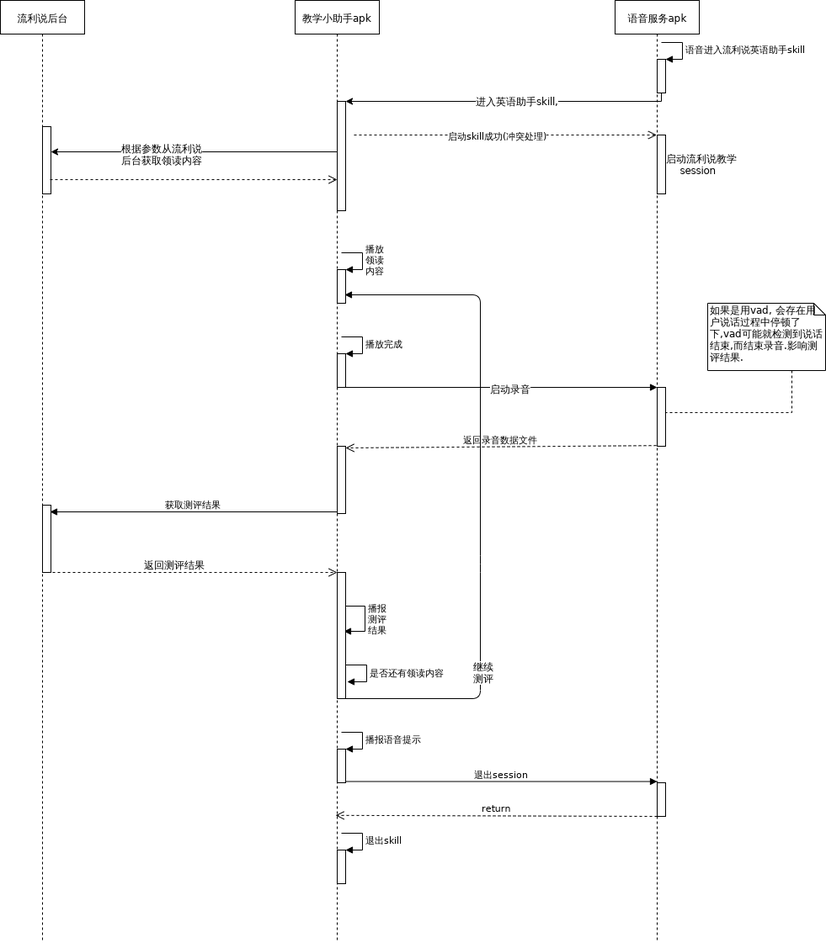
marklogg/images keeps this draw.io diagram as 语音交互下-流利说英语测评流程.png. Above is the earlier version. Source tidied: cells renumbered, new cells last; positions are measured from the earlier drawing's top-left corner, leaving out a move shared by most shapes.
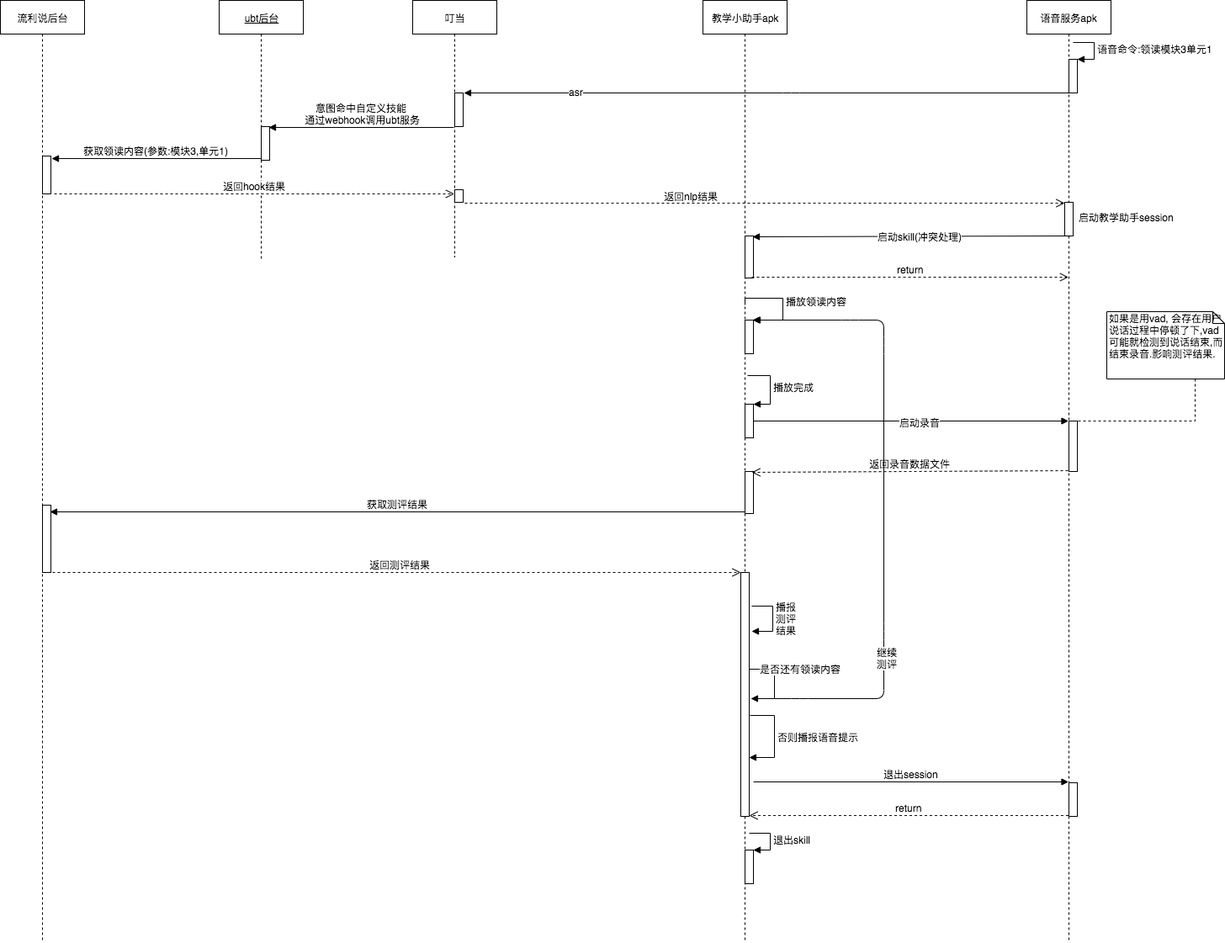
After the commit.

Diff of the diagram source:
```diff
@@ -3,35 +3,36 @@
     <mxCell id="0" />
     <mxCell id="1" parent="0" />
     <mxCell id="2" value="教学小助手apk" style="html=1;points=[];perimeter=orthogonalPerimeter;shape=umlLifeline;participant=label;fontFamily=Helvetica;fontSize=12;fontColor=#000000;align=center;strokeColor=#000000;fillColor=#ffffff;" parent="1" vertex="1">
-      <mxGeometry x="350" width="100" height="1120" as="geometry" />
+      <mxGeometry x="355" y="-80" width="100" height="1120" as="geometry" />
     </mxCell>
     <mxCell id="3" style="html=1;points=[];perimeter=orthogonalPerimeter;" parent="2" vertex="1">
-      <mxGeometry x="50" y="120" width="10" height="130" as="geometry" />
+      <mxGeometry x="50" y="280" width="10" height="50" as="geometry" />
     </mxCell>
     <mxCell id="4" style="html=1;points=[];perimeter=orthogonalPerimeter;" parent="2" vertex="1">
-      <mxGeometry x="50" y="320" width="10" height="40" as="geometry" />
+      <mxGeometry x="50" y="380" width="10" height="40" as="geometry" />
     </mxCell>
-    <mxCell id="5" value="播放&lt;br&gt;领读&lt;br&gt;内容" style="edgeStyle=orthogonalEdgeStyle;html=1;align=left;spacingLeft=2;endArrow=block;rounded=0;entryX=1;entryY=0;" parent="2" edge="1" target="4">
+    <mxCell id="5" value="播放领读内容" style="edgeStyle=orthogonalEdgeStyle;html=1;align=left;spacingLeft=2;endArrow=block;rounded=0;entryX=1;entryY=0;exitX=0.5;exitY=0.323;exitDx=0;exitDy=0;exitPerimeter=0;" parent="2" edge="1" source="2" target="4">
       <mxGeometry relative="1" as="geometry">
-        <mxPoint x="55" y="300" as="sourcePoint" />
         <Array as="points">
-          <mxPoint x="80" y="300" />
+          <mxPoint x="50" y="354" />
+          <mxPoint x="95" y="354" />
+          <mxPoint x="95" y="380" />
         </Array>
       </mxGeometry>
     </mxCell>
     <mxCell id="6" style="html=1;points=[];perimeter=orthogonalPerimeter;" parent="2" vertex="1">
-      <mxGeometry x="50" y="420" width="10" height="40" as="geometry" />
+      <mxGeometry x="50" y="480" width="10" height="40" as="geometry" />
     </mxCell>
-    <mxCell id="7" value="播放完成" style="edgeStyle=orthogonalEdgeStyle;html=1;align=left;spacingLeft=2;endArrow=block;rounded=0;entryX=1;entryY=0;" parent="2" edge="1" target="6">
+    <mxCell id="7" value="播放完成" style="edgeStyle=orthogonalEdgeStyle;html=1;align=left;spacingLeft=2;endArrow=block;rounded=0;entryX=1;entryY=0;exitX=0.53;exitY=0.398;exitDx=0;exitDy=0;exitPerimeter=0;" parent="2" edge="1" source="2" target="6">
       <mxGeometry relative="1" as="geometry">
-        <mxPoint x="55" y="400" as="sourcePoint" />
         <Array as="points">
-          <mxPoint x="80" y="400" />
+          <mxPoint x="80" y="446" />
+          <mxPoint x="80" y="480" />
         </Array>
       </mxGeometry>
     </mxCell>
     <mxCell id="8" style="html=1;points=[];perimeter=orthogonalPerimeter;" parent="2" vertex="1">
-      <mxGeometry x="50" y="530" width="10" height="80" as="geometry" />
+      <mxGeometry x="50" y="560" width="10" height="50" as="geometry" />
     </mxCell>
     <mxCell id="9" value="播报&lt;br&gt;测评&lt;br&gt;结果" style="edgeStyle=orthogonalEdgeStyle;html=1;align=left;spacingLeft=2;endArrow=block;rounded=0;entryX=1;entryY=0;" parent="2" edge="1">
       <mxGeometry relative="1" as="geometry">
@@ -42,14 +43,12 @@
         </Array>
       </mxGeometry>
     </mxCell>
-    <mxCell id="10" style="html=1;points=[];perimeter=orthogonalPerimeter;" parent="2" vertex="1">
-      <mxGeometry x="50" y="890" width="10" height="40" as="geometry" />
-    </mxCell>
-    <mxCell id="11" value="播报语音提示" style="edgeStyle=orthogonalEdgeStyle;html=1;align=left;spacingLeft=2;endArrow=block;rounded=0;entryX=1;entryY=0;" parent="2" edge="1" target="10">
+    <mxCell id="11" value="否则播报语音提示" style="edgeStyle=orthogonalEdgeStyle;html=1;align=left;spacingLeft=2;endArrow=block;rounded=0;" parent="2" edge="1" target="35">
       <mxGeometry relative="1" as="geometry">
-        <mxPoint x="55" y="870" as="sourcePoint" />
+        <mxPoint x="56" y="850" as="sourcePoint" />
         <Array as="points">
-          <mxPoint x="80" y="870" />
+          <mxPoint x="85" y="850" />
+          <mxPoint x="85" y="900" />
         </Array>
       </mxGeometry>
     </mxCell>
@@ -65,12 +64,12 @@
       </mxGeometry>
     </mxCell>
     <mxCell id="14" value="语音服务apk" style="shape=umlLifeline;perimeter=lifelinePerimeter;whiteSpace=wrap;html=1;outlineConnect=0;" parent="1" vertex="1">
-      <mxGeometry x="730" width="100" height="1120" as="geometry" />
+      <mxGeometry x="740" y="-80" width="100" height="1120" as="geometry" />
     </mxCell>
     <mxCell id="15" style="html=1;points=[];perimeter=orthogonalPerimeter;" parent="14" vertex="1">
       <mxGeometry x="50" y="70" width="10" height="40" as="geometry" />
     </mxCell>
-    <mxCell id="16" value="语音进入流利说英语助手skill" style="edgeStyle=orthogonalEdgeStyle;html=1;align=left;spacingLeft=2;endArrow=block;rounded=0;entryX=1;entryY=0;" parent="14" edge="1" target="15">
+    <mxCell id="16" value="语音命令:领读模块3单元1" style="edgeStyle=orthogonalEdgeStyle;html=1;align=left;spacingLeft=2;endArrow=block;rounded=0;entryX=1;entryY=0;" parent="14" edge="1" target="15">
       <mxGeometry relative="1" as="geometry">
         <mxPoint x="55" y="50" as="sourcePoint" />
         <Array as="points">
@@ -78,72 +77,29 @@
         </Array>
       </mxGeometry>
     </mxCell>
-    <mxCell id="17" value="&amp;nbsp; &amp;nbsp; &amp;nbsp; &amp;nbsp; &amp;nbsp; &amp;nbsp; &amp;nbsp; &amp;nbsp; &amp;nbsp; &amp;nbsp; &amp;nbsp; &amp;nbsp; 启动流利说教学&lt;br&gt;&amp;nbsp; &amp;nbsp; &amp;nbsp; &amp;nbsp; &amp;nbsp; &amp;nbsp; &amp;nbsp; &amp;nbsp; &amp;nbsp; &amp;nbsp; &amp;nbsp; session" style="html=1;perimeter=orthogonalPerimeter;" parent="14" vertex="1">
-      <mxGeometry x="50" y="160" width="10" height="70" as="geometry" />
-    </mxCell>
     <mxCell id="18" style="html=1;points=[];perimeter=orthogonalPerimeter;" parent="14" vertex="1">
-      <mxGeometry x="50" y="460" width="10" height="70" as="geometry" />
+      <mxGeometry x="50" y="500" width="10" height="60" as="geometry" />
     </mxCell>
     <mxCell id="19" style="html=1;perimeter=orthogonalPerimeter;" parent="14" vertex="1">
       <mxGeometry x="50" y="930" width="10" height="40" as="geometry" />
     </mxCell>
     <mxCell id="20" value="流利说后台" style="shape=umlLifeline;perimeter=lifelinePerimeter;whiteSpace=wrap;html=1;" parent="1" vertex="1">
-      <mxGeometry width="100" height="1120" as="geometry" />
+      <mxGeometry x="-480" y="-80" width="100" height="1120" as="geometry" />
     </mxCell>
-    <mxCell id="21" style="html=1;points=[];perimeter=orthogonalPerimeter;" parent="20" vertex="1">
-      <mxGeometry x="50" y="150" width="10" height="80" as="geometry" />
-    </mxCell>
     <mxCell id="22" style="html=1;points=[];perimeter=orthogonalPerimeter;" parent="20" vertex="1">
       <mxGeometry x="50" y="600" width="10" height="80" as="geometry" />
     </mxCell>
-    <mxCell id="23" style="edgeStyle=orthogonalEdgeStyle;rounded=0;jettySize=auto;html=1;" parent="1" edge="1" source="15">
-      <mxGeometry relative="1" as="geometry">
-        <mxPoint x="410" y="120" as="targetPoint" />
-        <Array as="points">
-          <mxPoint x="785" y="120" />
-        </Array>
-      </mxGeometry>
-    </mxCell>
-    <mxCell id="24" value="进入英语助手skill," style="text;html=1;align=center;verticalAlign=middle;labelBackgroundColor=#ffffff;" parent="23" vertex="1">
-      <mxGeometry x="0.52" y="-111" relative="1" as="geometry">
-        <mxPoint x="111" y="110" as="offset" />
-      </mxGeometry>
-    </mxCell>
-    <mxCell id="25" value="启动skill成功(冲突处理)" style="html=1;verticalAlign=bottom;endArrow=open;dashed=1;endSize=8;" parent="1" edge="1" target="14">
-      <mxGeometry x="0.17" y="-41" relative="1" as="geometry">
-        <mxPoint x="420" y="160" as="sourcePoint" />
-        <Array as="points">
-          <mxPoint x="630" y="160" />
-        </Array>
-        <mxPoint x="-40" y="-31" as="offset" />
-      </mxGeometry>
-    </mxCell>
-    <mxCell id="26" style="edgeStyle=orthogonalEdgeStyle;rounded=0;jettySize=auto;html=1;entryX=1;entryY=0.375;entryDx=0;entryDy=0;entryPerimeter=0;" parent="1" edge="1" source="3" target="21">
-      <mxGeometry relative="1" as="geometry">
-        <Array as="points">
-          <mxPoint x="240" y="180" />
-          <mxPoint x="240" y="180" />
-        </Array>
-      </mxGeometry>
-    </mxCell>
-    <mxCell id="27" value="根据参数从流利说&lt;br&gt;后台获取领读内容" style="text;html=1;align=center;verticalAlign=middle;labelBackgroundColor=#ffffff;" parent="26" vertex="1">
-      <mxGeometry x="0.23" y="2" relative="1" as="geometry" />
-    </mxCell>
-    <mxCell id="28" style="html=1;verticalAlign=bottom;endArrow=open;dashed=1;endSize=8;exitX=0.9;exitY=0.788;exitDx=0;exitDy=0;exitPerimeter=0;" parent="1" edge="1" source="21" target="3">
-      <mxGeometry x="0.29" relative="1" as="geometry" />
-    </mxCell>
+    <mxCell id="43" style="html=1;points=[];perimeter=orthogonalPerimeter;" parent="20" vertex="1">
+      <mxGeometry x="50" y="185" width="10" height="45" as="geometry" />
+    </mxCell>
-    <mxCell id="29" style="html=1;verticalAlign=bottom;endArrow=block;" parent="1" edge="1" source="6">
-      <mxGeometry relative="1" as="geometry">
-        <mxPoint x="780" y="460" as="targetPoint" />
-      </mxGeometry>
+    <mxCell id="29" style="html=1;verticalAlign=bottom;endArrow=block;" parent="1" edge="1" source="6" target="14">
+      <mxGeometry relative="1" as="geometry" />
     </mxCell>
     <mxCell id="30" value="启动录音" style="text;html=1;align=center;verticalAlign=middle;labelBackgroundColor=#ffffff;" parent="29" vertex="1">
       <mxGeometry x="0.05" y="-1" relative="1" as="geometry" />
     </mxCell>
-    <mxCell id="31" value="返回录音数据文件" style="html=1;verticalAlign=bottom;endArrow=open;dashed=1;endSize=8;exitX=-0.1;exitY=0.988;exitDx=0;exitDy=0;exitPerimeter=0;" parent="1" edge="1" source="18">
-      <mxGeometry relative="1" as="geometry">
-        <mxPoint x="410" y="532" as="targetPoint" />
-      </mxGeometry>
+    <mxCell id="31" value="返回录音数据文件" style="html=1;verticalAlign=bottom;endArrow=open;dashed=1;endSize=8;exitX=-0.1;exitY=0.988;exitDx=0;exitDy=0;exitPerimeter=0;entryX=0.8;entryY=0.011;entryDx=0;entryDy=0;entryPerimeter=0;" parent="1" edge="1" source="18" target="8">
+      <mxGeometry relative="1" as="geometry" />
     </mxCell>
     <mxCell id="32" value="获取测评结果" style="html=1;verticalAlign=bottom;endArrow=block;entryX=0.9;entryY=0.1;entryDx=0;entryDy=0;entryPerimeter=0;" parent="1" edge="1" source="8" target="22">
       <mxGeometry relative="1" as="geometry" />
@@ -157,34 +113,41 @@
       </mxGeometry>
     </mxCell>
     <mxCell id="35" style="html=1;points=[];perimeter=orthogonalPerimeter;" parent="1" vertex="1">
-      <mxGeometry x="400" y="680" width="10" height="150" as="geometry" />
+      <mxGeometry x="400" y="600" width="10" height="290" as="geometry" />
     </mxCell>
-    <mxCell id="36" value="是否还有领读内容" style="edgeStyle=orthogonalEdgeStyle;html=1;align=left;spacingLeft=2;endArrow=block;rounded=0;entryX=1.2;entryY=0.867;entryDx=0;entryDy=0;entryPerimeter=0;" parent="1" edge="1" target="35">
+    <mxCell id="36" value="是否还有领读内容" style="edgeStyle=orthogonalEdgeStyle;html=1;align=left;spacingLeft=2;endArrow=block;rounded=0;" parent="1" edge="1">
       <mxGeometry relative="1" as="geometry">
         <mxPoint x="410" y="790" as="sourcePoint" />
+        <mxPoint x="412" y="750" as="targetPoint" />
         <Array as="points">
-          <mxPoint x="435" y="790" />
-          <mxPoint x="435" y="810" />
+          <mxPoint x="410" y="715" />
+          <mxPoint x="440" y="715" />
+          <mxPoint x="440" y="750" />
         </Array>
       </mxGeometry>
     </mxCell>
     <mxCell id="37" style="edgeStyle=orthogonalEdgeStyle;rounded=0;jettySize=auto;html=1;dashed=1;endArrow=none;endFill=0;" parent="1" edge="1" source="38">
       <mxGeometry relative="1" as="geometry">
-        <mxPoint x="790" y="490" as="targetPoint" />
+        <mxPoint x="800" y="420" as="targetPoint" />
         <Array as="points">
-          <mxPoint x="940" y="490" />
+          <mxPoint x="940" y="420" />
         </Array>
       </mxGeometry>
     </mxCell>
     <mxCell id="38" value="如果是用vad, 会存在用户说话过程中停顿了下,vad可能就检测到说话结束,而结束录音.影响测评结果." style="shape=note;whiteSpace=wrap;html=1;size=14;verticalAlign=top;align=left;spacingTop=-6;" parent="1" vertex="1">
-      <mxGeometry x="840" y="360" width="140" height="80" as="geometry" />
+      <mxGeometry x="835" y="290" width="140" height="80" as="geometry" />
     </mxCell>
-    <mxCell id="39" style="html=1;verticalAlign=bottom;endArrow=block;entryX=0.9;entryY=0.75;entryDx=0;entryDy=0;entryPerimeter=0;" parent="1" edge="1" source="35" target="4">
+    <mxCell id="39" style="html=1;verticalAlign=bottom;endArrow=block;" parent="1" edge="1">
       <mxGeometry relative="1" as="geometry">
+        <mxPoint x="440" y="750" as="sourcePoint" />
+        <mxPoint x="414" y="300" as="targetPoint" />
         <Array as="points">
-          <mxPoint x="570" y="830" />
+          <mxPoint x="470" y="750" />
+          <mxPoint x="570" y="750" />
           <mxPoint x="570" y="670" />
-          <mxPoint x="570" y="350" />
+          <mxPoint x="570" y="330" />
+          <mxPoint x="570" y="300" />
+          <mxPoint x="530" y="300" />
         </Array>
       </mxGeometry>
     </mxCell>
@@ -193,15 +156,78 @@
         <mxPoint x="35" y="-32" as="offset" />
       </mxGeometry>
     </mxCell>
-    <mxCell id="41" value="退出session" style="html=1;verticalAlign=bottom;endArrow=block;entryX=0;entryY=0.088;entryDx=0;entryDy=0;entryPerimeter=0;exitX=1;exitY=0.963;exitDx=0;exitDy=0;exitPerimeter=0;" parent="1" edge="1" source="10">
+    <mxCell id="41" value="退出session" style="html=1;verticalAlign=bottom;endArrow=block;exitX=1;exitY=0.963;exitDx=0;exitDy=0;exitPerimeter=0;" parent="1" edge="1" target="14">
       <mxGeometry relative="1" as="geometry">
-        <mxPoint x="780" y="928.5" as="targetPoint" />
+        <mxPoint x="415" y="849" as="sourcePoint" />
       </mxGeometry>
     </mxCell>
-    <mxCell id="42" value="return" style="html=1;verticalAlign=bottom;endArrow=open;dashed=1;endSize=8;entryX=0.48;entryY=0.865;entryDx=0;entryDy=0;entryPerimeter=0;" parent="1" edge="1" target="2">
+    <mxCell id="42" value="return" style="html=1;verticalAlign=bottom;endArrow=open;dashed=1;endSize=8;" parent="1" edge="1" source="14">
       <mxGeometry relative="1" as="geometry">
-        <mxPoint x="780" y="970" as="sourcePoint" />
+        <mxPoint x="410" y="889" as="targetPoint" />
       </mxGeometry>
     </mxCell>
+    <mxCell id="44" value="叮当" style="shape=umlLifeline;perimeter=lifelinePerimeter;whiteSpace=wrap;html=1;outlineConnect=0;" parent="1" vertex="1">
+      <mxGeometry x="10" y="-80" width="100" height="305" as="geometry" />
+    </mxCell>
+    <mxCell id="45" style="html=1;perimeter=orthogonalPerimeter;" parent="44" vertex="1">
+      <mxGeometry x="50" y="110" width="10" height="40" as="geometry" />
+    </mxCell>
+    <mxCell id="46" style="html=1;points=[];perimeter=orthogonalPerimeter;" parent="44" vertex="1">
+      <mxGeometry x="50" y="225" width="10" height="15" as="geometry" />
+    </mxCell>
+    <mxCell id="47" value="&lt;u&gt;ubt后台&lt;/u&gt;" style="shape=umlLifeline;perimeter=lifelinePerimeter;whiteSpace=wrap;html=1;" parent="1" vertex="1">
+      <mxGeometry x="-220" y="-80" width="100" height="310" as="geometry" />
+    </mxCell>
+    <mxCell id="48" style="html=1;points=[];perimeter=orthogonalPerimeter;" parent="47" vertex="1">
+      <mxGeometry x="50" y="150" width="10" height="40" as="geometry" />
+    </mxCell>
+    <mxCell id="49" style="html=1;perimeter=orthogonalPerimeter;" parent="47" vertex="1">
+      <mxGeometry x="50" y="230" width="10" as="geometry" />
+    </mxCell>
+    <mxCell id="50" style="html=1;verticalAlign=bottom;endArrow=block;" parent="1" edge="1" source="15">
+      <mxGeometry relative="1" as="geometry">
+        <mxPoint x="71" y="30" as="targetPoint" />
+        <Array as="points">
+          <mxPoint x="460" y="30" />
+        </Array>
+      </mxGeometry>
+    </mxCell>
+    <mxCell id="51" value="asr" style="text;html=1;align=center;verticalAlign=middle;labelBackgroundColor=#ffffff;" parent="50" vertex="1">
+      <mxGeometry x="0.63" y="-2" relative="1" as="geometry" />
+    </mxCell>
+    <mxCell id="52" value="意图命中自定义技能&lt;br&gt;&amp;nbsp;通过webhook调用ubt服务" style="html=1;verticalAlign=bottom;endArrow=block;entryX=0.9;entryY=0.025;entryDx=0;entryDy=0;entryPerimeter=0;" parent="1" edge="1" target="48">
+      <mxGeometry relative="1" as="geometry">
+        <mxPoint x="59" y="71" as="sourcePoint" />
+      </mxGeometry>
+    </mxCell>
+    <mxCell id="53" value="获取领读内容(参数:模块3,单元1)" style="html=1;verticalAlign=bottom;endArrow=block;entryX=1.1;entryY=0.067;entryDx=0;entryDy=0;entryPerimeter=0;" parent="1" edge="1" source="48" target="43">
+      <mxGeometry relative="1" as="geometry" />
+    </mxCell>
+    <mxCell id="54" value="返回hook结果" style="html=1;verticalAlign=bottom;endArrow=open;dashed=1;endSize=8;exitX=1.4;exitY=1;exitDx=0;exitDy=0;exitPerimeter=0;" parent="1" edge="1" source="43" target="44">
+      <mxGeometry relative="1" as="geometry" />
+    </mxCell>
+    <mxCell id="55" style="html=1;points=[];perimeter=orthogonalPerimeter;" parent="1" vertex="1">
+      <mxGeometry x="785" y="160" width="10" height="40" as="geometry" />
+    </mxCell>
+    <mxCell id="56" style="html=1;verticalAlign=bottom;endArrow=open;dashed=1;endSize=8;exitX=1.2;exitY=1.067;exitDx=0;exitDy=0;exitPerimeter=0;" parent="1" edge="1" source="46" target="55">
+      <mxGeometry relative="1" as="geometry" />
+    </mxCell>
+    <mxCell id="57" value="返回nlp结果" style="text;html=1;align=center;verticalAlign=middle;labelBackgroundColor=#ffffff;" parent="56" vertex="1">
+      <mxGeometry x="0.73" y="-2" relative="1" as="geometry">
+        <mxPoint x="-347" y="-10.5" as="offset" />
+      </mxGeometry>
+    </mxCell>
+    <mxCell id="58" style="html=1;verticalAlign=bottom;endArrow=block;entryX=0.9;entryY=0.013;entryDx=0;entryDy=0;entryPerimeter=0;" parent="1" edge="1" source="55" target="3">
+      <mxGeometry relative="1" as="geometry" />
+    </mxCell>
+    <mxCell id="59" value="启动skill(冲突处理)" style="text;html=1;align=center;verticalAlign=middle;labelBackgroundColor=#ffffff;" parent="58" vertex="1">
+      <mxGeometry x="-0.07" relative="1" as="geometry" />
+    </mxCell>
+    <mxCell id="60" value="启动教学助手session" style="text;html=1;align=left;verticalAlign=top;spacingTop=-4;" parent="1" vertex="1">
+      <mxGeometry x="800" y="169" width="130" height="20" as="geometry" />
+    </mxCell>
+    <mxCell id="61" value="return" style="html=1;verticalAlign=bottom;endArrow=open;dashed=1;endSize=8;exitX=0.8;exitY=0.98;exitDx=0;exitDy=0;exitPerimeter=0;" parent="1" edge="1" source="3" target="14">
+      <mxGeometry relative="1" as="geometry" />
+    </mxCell>
   </root>
 </mxGraphModel>
```
